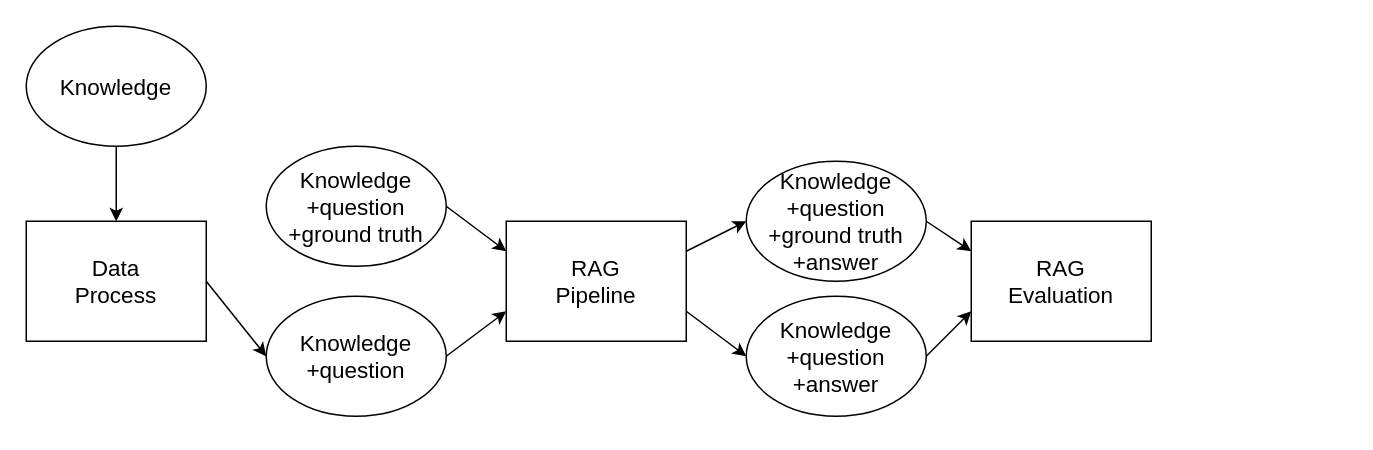
Above: rag/rageval.drawio in linqinluli/picture_draw (draw.io), before the change. Source tidied: cells renumbered, new cells numbered last; positions are measured from the earlier drawing's top-left corner, leaving out a move shared by most shapes. Both pictures are drawn from the tidied source at 150%, with x=0, y=0 at pixel (26, 26).
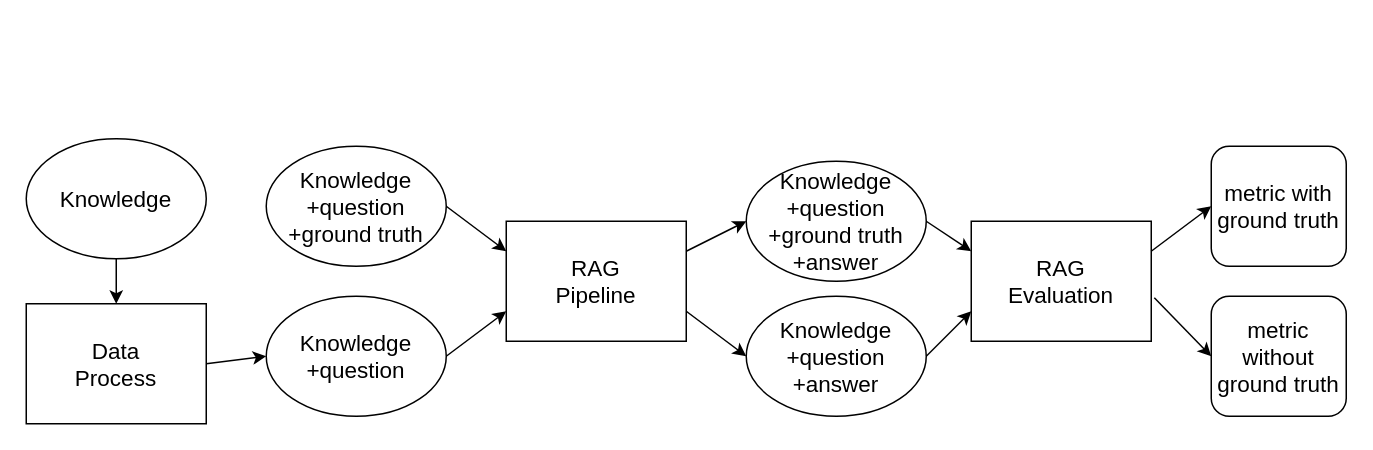
Above is the later version.

Unchanged cells that the change refers to:
```xml
<mxCell id="15" value="RAG&lt;div style=&quot;font-size: 15px;&quot;&gt;Evaluation&lt;/div&gt;" style="rounded=0;whiteSpace=wrap;html=1;fontSize=15;" parent="1" vertex="1">
  <mxGeometry x="630" y="130" width="120" height="80" as="geometry" />
</mxCell>
```

Diff of the diagram source:
```diff
@@
     <mxCell id="2" value="Knowledge" style="ellipse;whiteSpace=wrap;html=1;fontSize=15;" parent="1" vertex="1">
-      <mxGeometry width="120" height="80" as="geometry" />
+      <mxGeometry y="75" width="120" height="80" as="geometry" />
     </mxCell>
     <mxCell id="3" value="Data&lt;div style=&quot;font-size: 15px;&quot;&gt;Process&lt;/div&gt;" style="rounded=0;whiteSpace=wrap;html=1;fontSize=15;" parent="1" vertex="1">
-      <mxGeometry y="130" width="120" height="80" as="geometry" />
+      <mxGeometry y="185" width="120" height="80" as="geometry" />
     </mxCell>
@@
+    <mxCell id="18" value="metric with ground truth" style="rounded=1;whiteSpace=wrap;html=1;fontSize=15;" parent="1" vertex="1">
+      <mxGeometry x="790" y="80" width="90" height="80" as="geometry" />
+    </mxCell>
+    <mxCell id="19" value="metric without ground truth" style="rounded=1;whiteSpace=wrap;html=1;fontSize=15;" parent="1" vertex="1">
+      <mxGeometry x="790" y="180" width="90" height="80" as="geometry" />
+    </mxCell>
+    <mxCell id="20" style="endArrow=classic;html=1;rounded=0;exitX=1;exitY=0.25;exitDx=0;exitDy=0;entryX=0;entryY=0.5;entryDx=0;entryDy=0;fontSize=15;" parent="1" edge="1" source="15" target="18">
+      <mxGeometry relative="1" as="geometry" />
+    </mxCell>
+    <mxCell id="21" style="endArrow=classic;html=1;rounded=0;exitX=1.017;exitY=0.638;exitDx=0;exitDy=0;entryX=0;entryY=0.5;entryDx=0;entryDy=0;fontSize=15;exitPerimeter=0;" parent="1" edge="1" source="15" target="19">
+      <mxGeometry relative="1" as="geometry" />
+    </mxCell>
```
